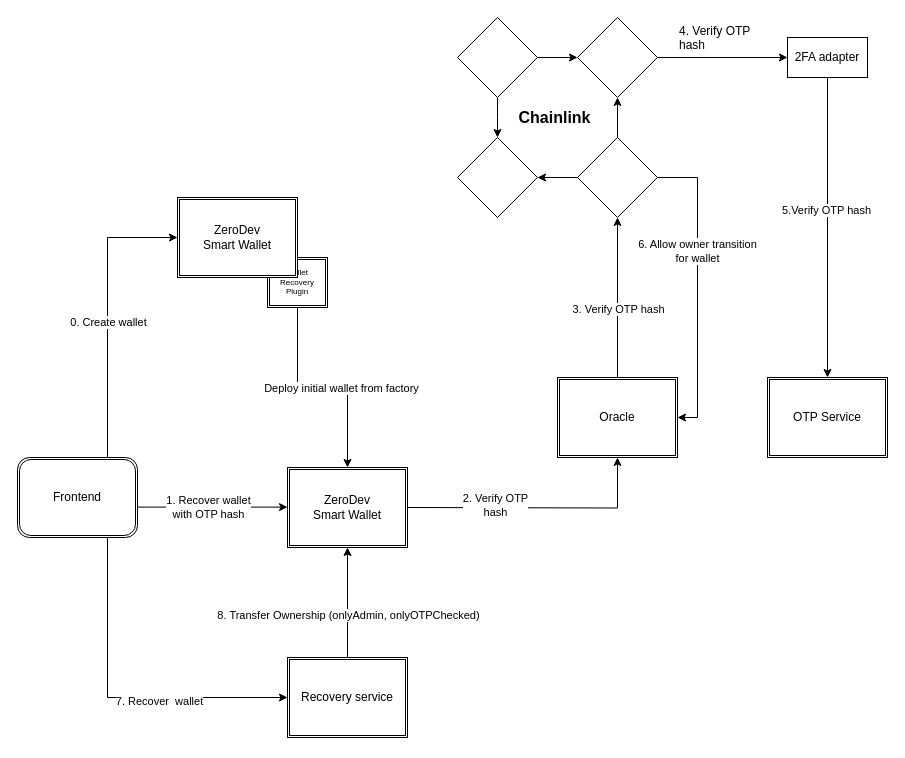
Before: Untitled Diagram.drawio in 0xVolodyaeth/dwm, a draw.io diagram. Source tidied: cells renumbered, new cells numbered last; positions are measured from the earlier drawing's top-left corner, leaving out a move shared by most shapes. Both pictures are drawn from the tidied source at 100%, with x=0, y=0 at pixel (17, 17).
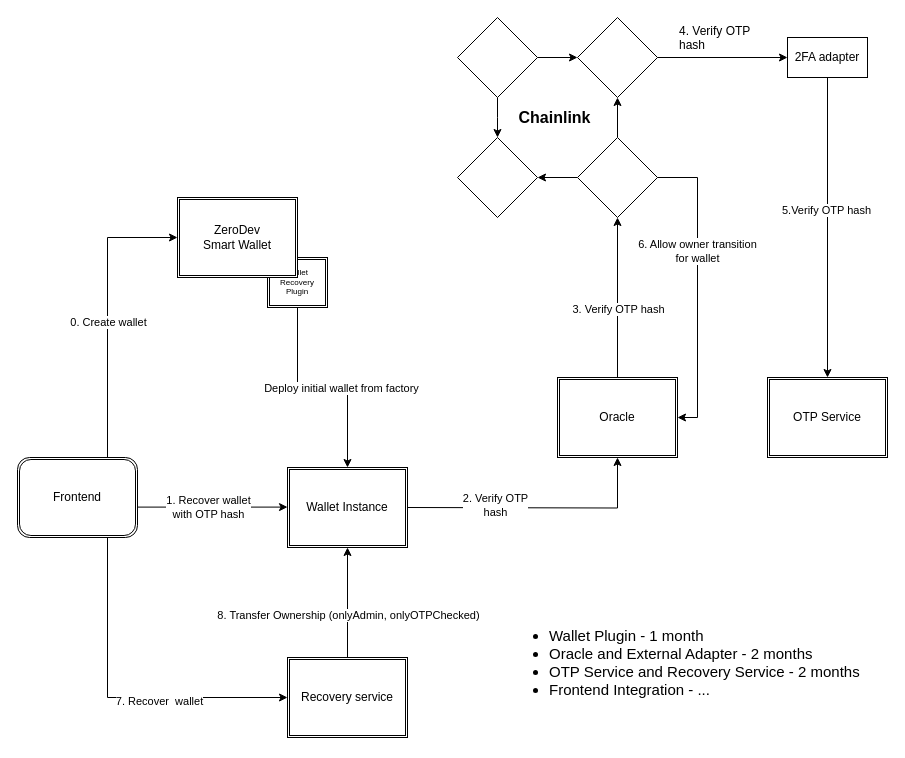
Above is the later version.

Change to the diagram source:
```diff
@@
-    <mxCell id="39" value="&lt;div&gt;ZeroDev&lt;/div&gt;&lt;div&gt;Smart Wallet&lt;br&gt;&lt;/div&gt;" style="shape=ext;double=1;rounded=0;whiteSpace=wrap;html=1;" parent="1" vertex="1">
+    <mxCell id="39" value="&lt;div&gt;Wallet Instance&lt;br&gt;&lt;/div&gt;" style="shape=ext;double=1;rounded=0;whiteSpace=wrap;html=1;" parent="1" vertex="1">
       <mxGeometry x="270" y="450" width="120" height="80" as="geometry" />
     </mxCell>
+    <mxCell id="40" value="&lt;br style=&quot;font-size: 15px;&quot;&gt;&lt;ul style=&quot;font-size: 15px;&quot;&gt;&lt;li style=&quot;font-size: 15px;&quot;&gt;Wallet Plugin - 1 month&lt;/li&gt;&lt;li style=&quot;font-size: 15px;&quot;&gt;Oracle and External Adapter - 2 months&lt;/li&gt;&lt;li style=&quot;font-size: 15px;&quot;&gt;OTP Service and Recovery Service - 2 months&lt;/li&gt;&lt;li style=&quot;font-size: 15px;&quot;&gt;Frontend Integration - ...&lt;br style=&quot;font-size: 15px;&quot;&gt;&lt;/li&gt;&lt;/ul&gt;" style="text;strokeColor=none;fillColor=none;html=1;whiteSpace=wrap;verticalAlign=top;overflow=hidden;fontSize=15;" parent="1" vertex="1">
+      <mxGeometry x="490" y="570" width="370" height="150" as="geometry" />
+    </mxCell>
```
